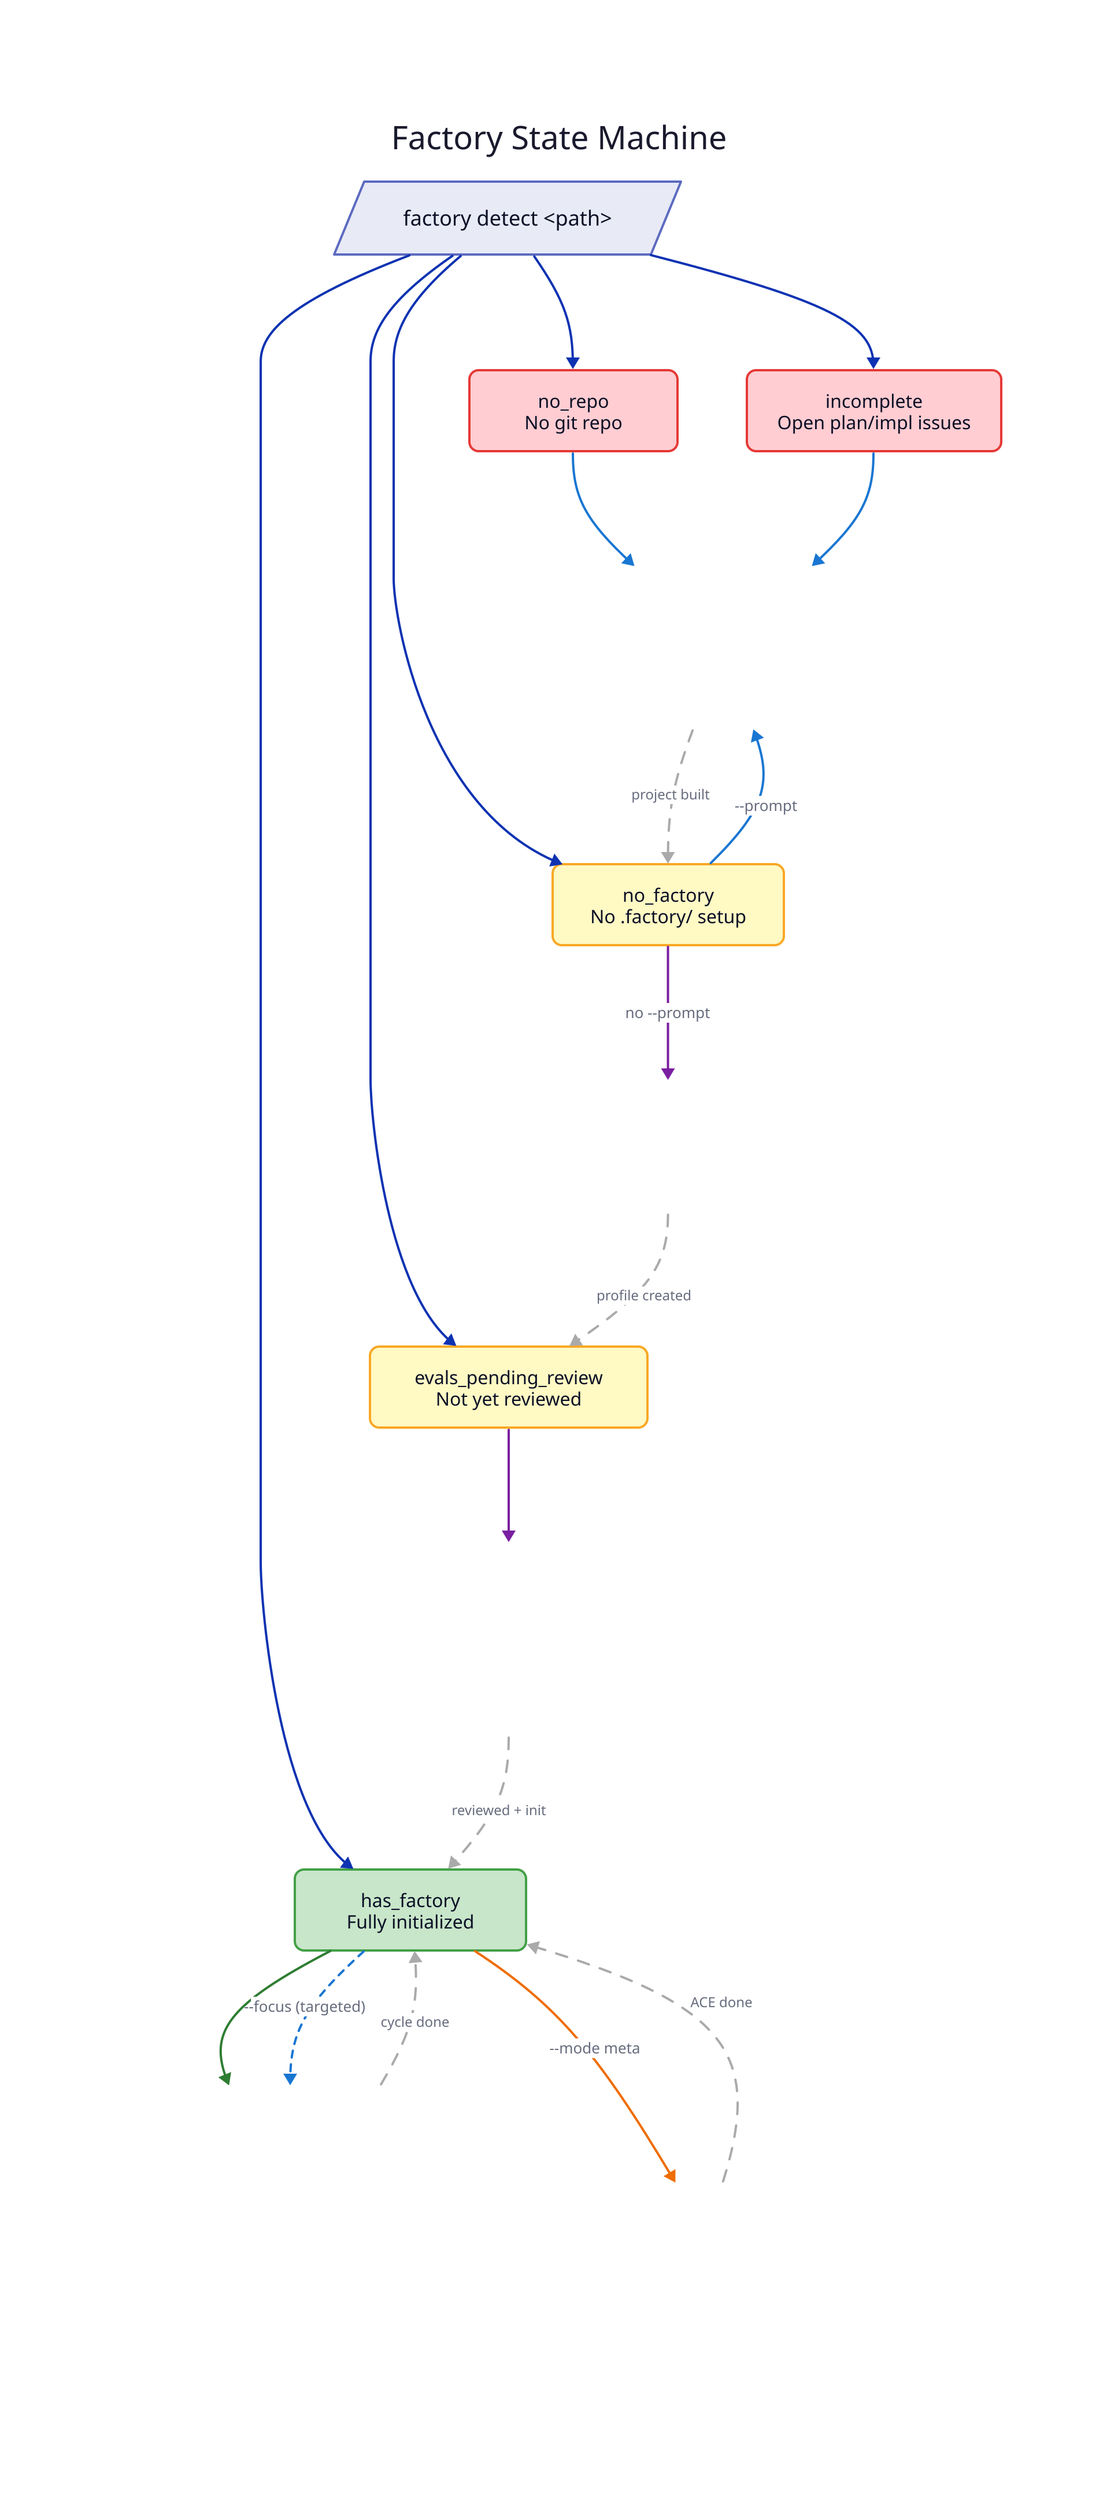
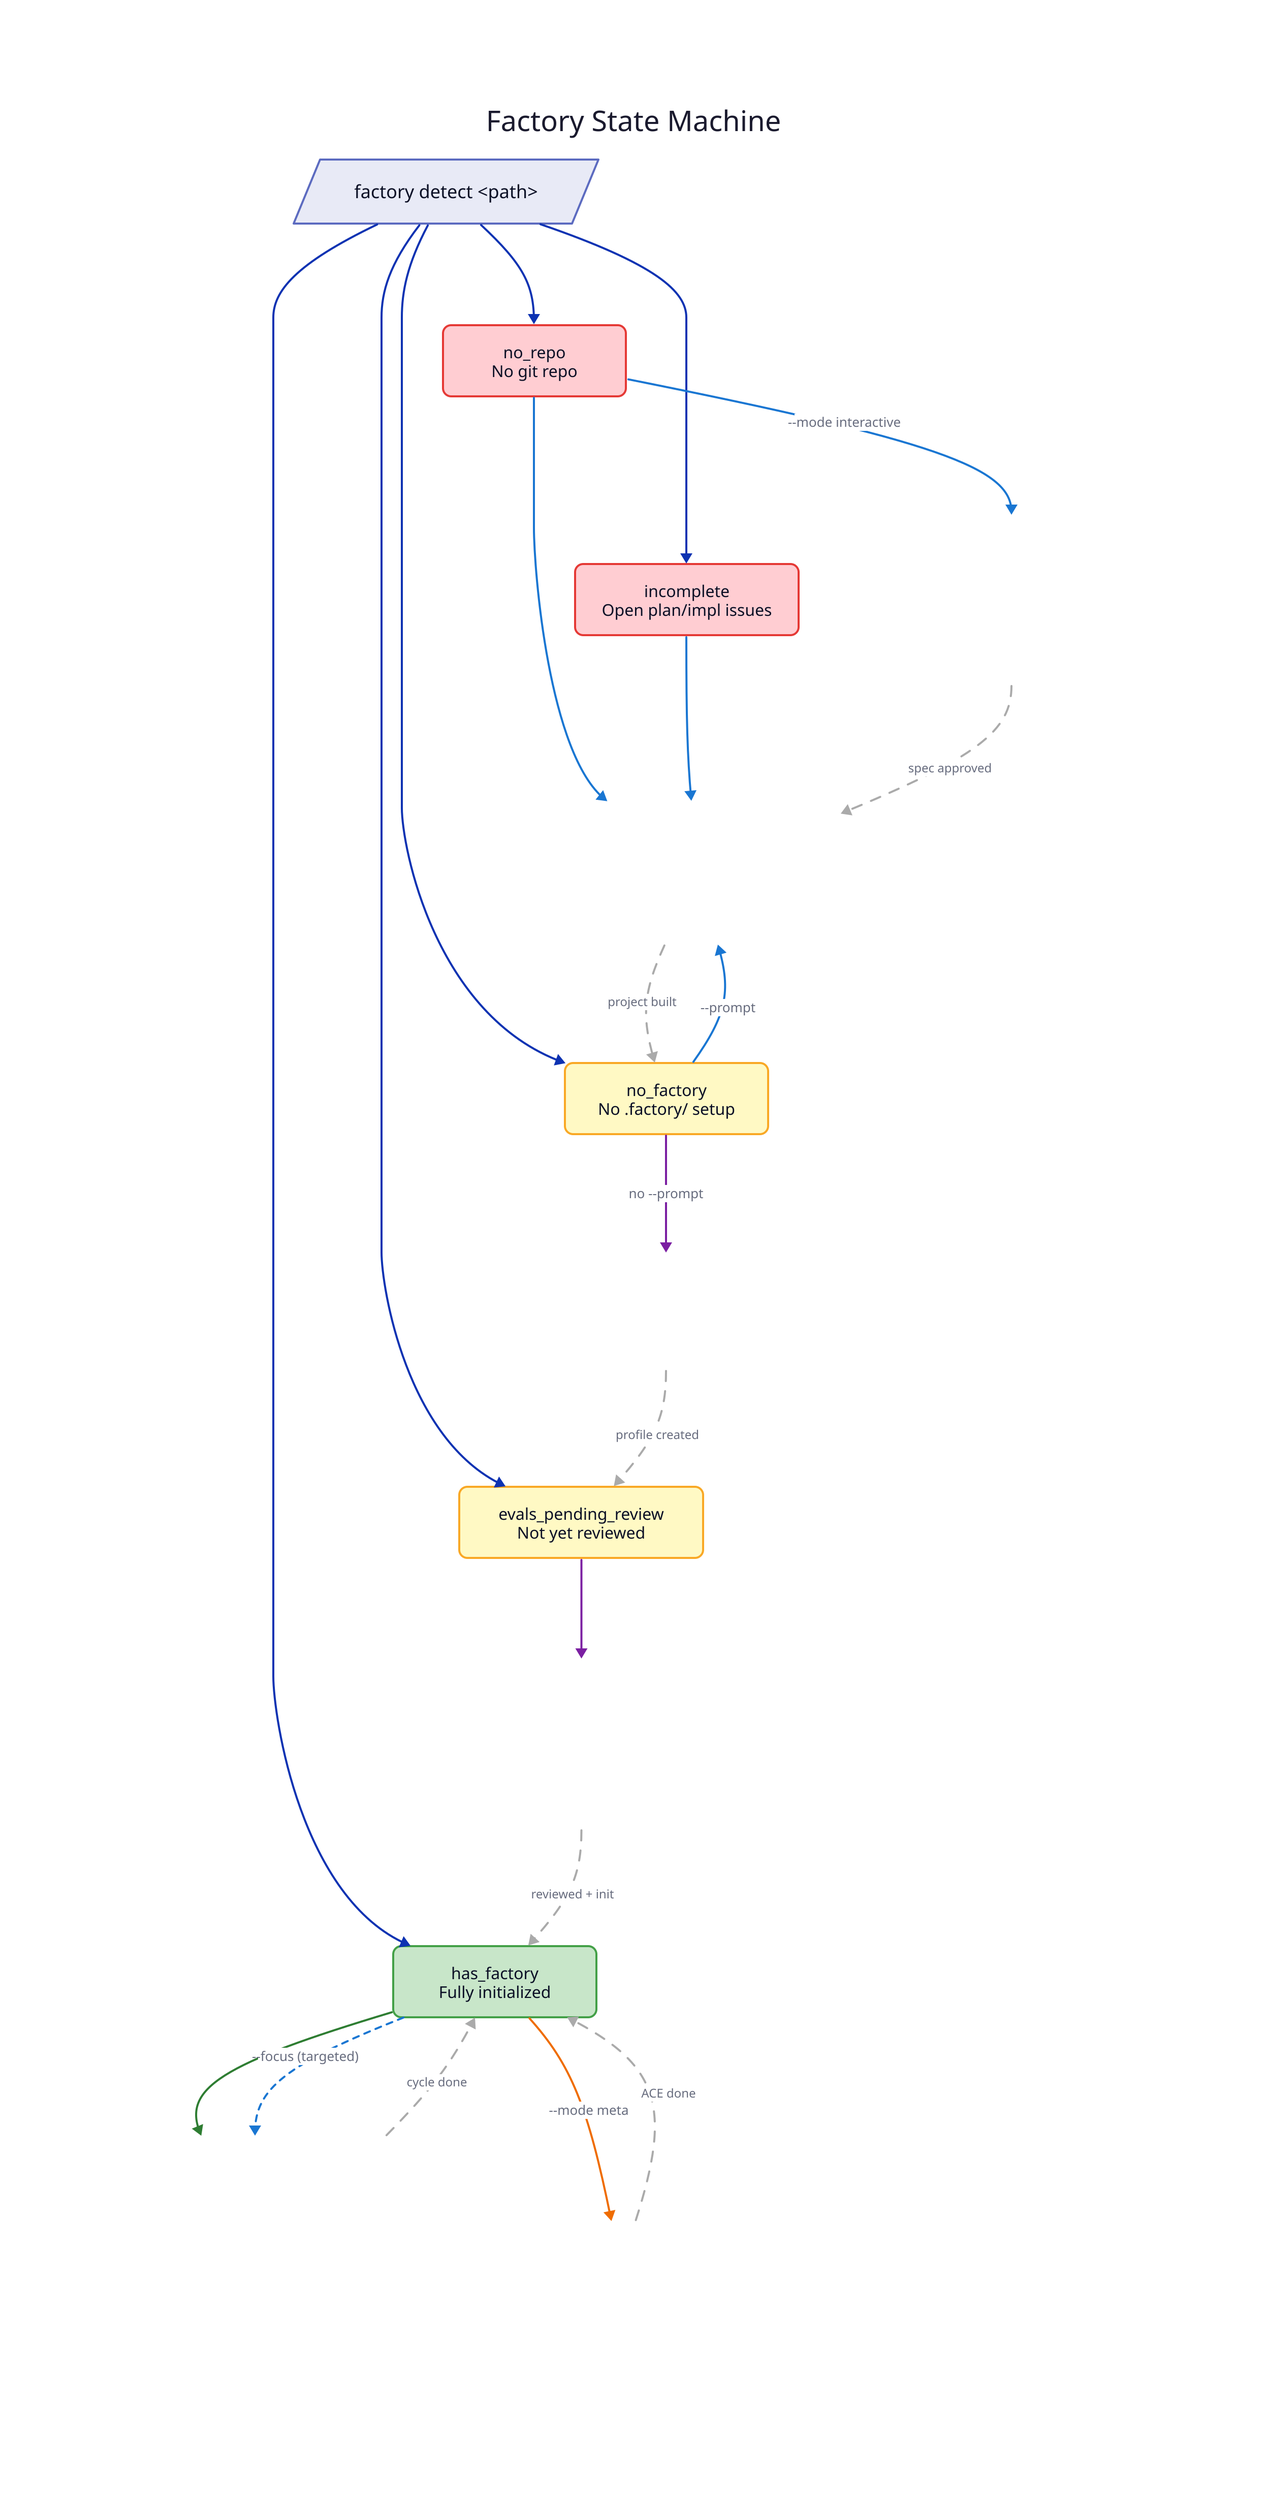
direction: down

title: {
  label: Factory State Machine
  near: top-center
  shape: text
  style: { font-size: 28; bold: true; font-color: "#1a1a2e" }
}

detect: {
  label: "factory detect <path>"
  shape: parallelogram
  style: { fill: "#e8eaf6"; stroke: "#5c6bc0"; border-radius: 6; font-size: 18; bold: true }
  width: 300
}

# ── States ────────────────────────────────────────

no_repo: {
  label: "no_repo\nNo git repo"
  shape: rectangle
  style: { fill: "#ffcdd2"; stroke: "#e53935"; border-radius: 8; font-size: 16 }
  width: 180
  height: 70
}

incomplete: {
  label: "incomplete\nOpen plan/impl issues"
  shape: rectangle
  style: { fill: "#ffcdd2"; stroke: "#e53935"; border-radius: 8; font-size: 16 }
  width: 220
  height: 70
}

no_factory: {
  label: "no_factory\nNo .factory/ setup"
  shape: rectangle
  style: { fill: "#fff9c4"; stroke: "#f9a825"; border-radius: 8; font-size: 16 }
  width: 200
  height: 70
}

evals_pending: {
  label: "evals_pending_review\nNot yet reviewed"
  shape: rectangle
  style: { fill: "#fff9c4"; stroke: "#f9a825"; border-radius: 8; font-size: 16 }
  width: 240
  height: 70
}

has_factory: {
  label: "has_factory\nFully initialized"
  shape: rectangle
  style: { fill: "#c8e6c9"; stroke: "#43a047"; border-radius: 8; font-size: 16 }
  width: 200
  height: 70
}

# ── Modes ─────────────────────────────────────────

build: {
  label: |md
    **Build Mode**
    1. Researcher → research
    2. Strategist → phased plan
    3. Builder → implement phases
    4. E2E verification gate
  |
  shape: rectangle
  style: { fill: "#e3f2fd"; stroke: "#1976d2"; border-radius: 12; font-size: 15 }
  width: 280
}

discover: {
  label: |md
    **Discover Mode**
    1. Introspect project
    2. Auto-detect eval dims
    3. Generate eval/score.py
  |
  shape: rectangle
  style: { fill: "#f3e5f5"; stroke: "#7b1fa2"; border-radius: 12; font-size: 15 }
  width: 260
}

review: {
  label: |md
    **Review Mode**
    1. Test eval dimensions
    2. Fix broken ones
    3. Mark human_reviewed
    4. Init factory store
    5. Baseline eval
  |
  shape: rectangle
  style: { fill: "#f3e5f5"; stroke: "#7b1fa2"; border-radius: 12; font-size: 15 }
  width: 260
}

improve: {
  label: |md
    **Improve Mode** *(core loop)*
    1. Observe → Researcher
    2. Hypothesize → Strategist
    3. Execute → Builder
    4. Guard → Reviewer
    5. Measure → Evaluator
    6. Decide → Precheck + CEO
    7. Record → Archivist

    *--focus: single hypothesis, early exit*
  |
  shape: rectangle
  style: { fill: "#e8f5e9"; stroke: "#2e7d32"; border-radius: 12; font-size: 15 }
  width: 300
}

+ interactive: {
+   label: |md
+     **Interactive Mode** *(ideation)*
+     1. Research the space → Researcher
+     2. Synthesize spec → Distiller
+     3. Present draft → user feedback
+     4. Iterate until approved
+     5. Transition → Build mode
+   |
+   shape: rectangle
+   style: { fill: "#e3f2fd"; stroke: "#1976d2"; border-radius: 12; font-size: 15 }
+   width: 300
+ }
+ 
meta: {
  label: |md
    **Meta Mode**
    1. Full Improve loop on factory itself
    2. ACE playbook evolution for all roles
  |
  shape: rectangle
  style: { fill: "#fff3e0"; stroke: "#ef6c00"; border-radius: 12; font-size: 15 }
  width: 300
}

# ── detect → states ──────────────────────────────

detect -> no_repo
detect -> incomplete
detect -> no_factory
detect -> evals_pending
detect -> has_factory

# ── states → modes ───────────────────────────────

no_repo -> build {
  style: { stroke: "#1976d2"; stroke-width: 2 }
}
incomplete -> build {
  style: { stroke: "#1976d2"; stroke-width: 2 }
}
no_factory -> discover: "no --prompt" {
  style: { stroke: "#7b1fa2"; stroke-width: 2; font-size: 13 }
}
no_factory -> build: "--prompt" {
  style: { stroke: "#1976d2"; stroke-width: 2; font-size: 13 }
}
evals_pending -> review {
  style: { stroke: "#7b1fa2"; stroke-width: 2 }
}
has_factory -> improve {
  style: { stroke: "#2e7d32"; stroke-width: 2 }
}
has_factory -> improve: "--focus (targeted)" {
  style: { stroke: "#1976d2"; stroke-width: 2; font-size: 13; stroke-dash: 3 }
}
has_factory -> meta: "--mode meta" {
  style: { stroke: "#ef6c00"; stroke-width: 2; font-size: 13 }
}
+ no_repo -> interactive: "--mode interactive" {
+   style: { stroke: "#1976d2"; stroke-width: 2; font-size: 13 }
+ }

# ── transitions back (dashed) ────────────────────

build -> no_factory: "project built" {
  style: { stroke-dash: 5; stroke: "#aaa"; font-size: 12 }
}
discover -> evals_pending: "profile created" {
  style: { stroke-dash: 5; stroke: "#aaa"; font-size: 12 }
}
review -> has_factory: "reviewed + init" {
  style: { stroke-dash: 5; stroke: "#aaa"; font-size: 12 }
}
improve -> has_factory: "cycle done" {
  style: { stroke-dash: 5; stroke: "#aaa"; font-size: 12 }
}
+ interactive -> build: "spec approved" {
+   style: { stroke-dash: 5; stroke: "#aaa"; font-size: 12 }
+ }
meta -> has_factory: "ACE done" {
  style: { stroke-dash: 5; stroke: "#aaa"; font-size: 12 }
}
